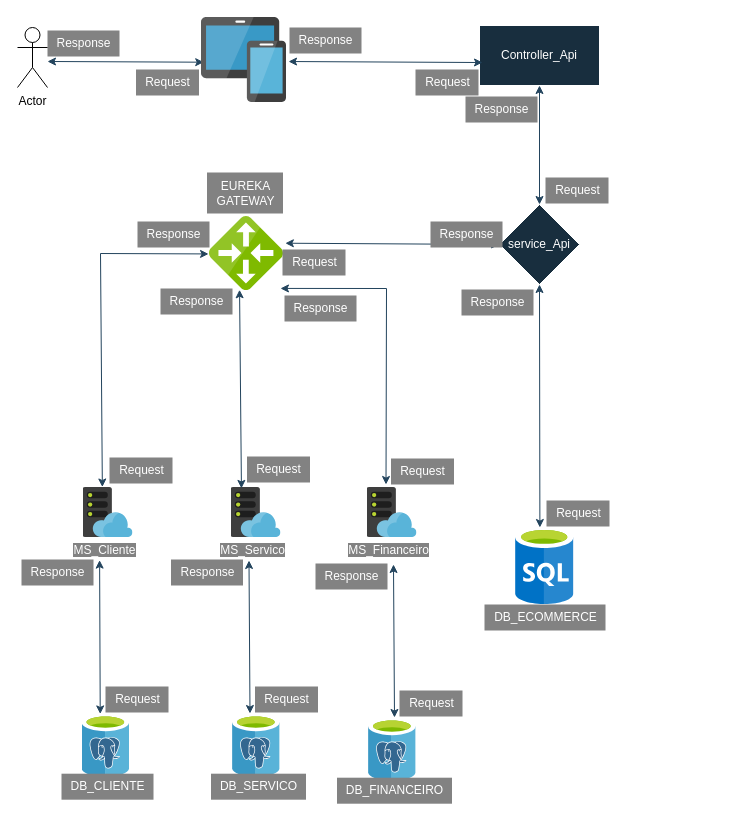
marcelquin/new-Backend-project-Services-FullStack keeps this draw.io diagram as page "Diagrama de Funcionamento de chamadas" (2 of 5) of Doc/Diagrama de Funcionamento.drawio. Above is the earlier version. Source tidied: cells renumbered, new cells numbered last; positions are measured from the earlier drawing's top-left corner, leaving out a move shared by most shapes. Both pictures are drawn from the tidied source at 100%, with x=0, y=0 at pixel (17, 17).
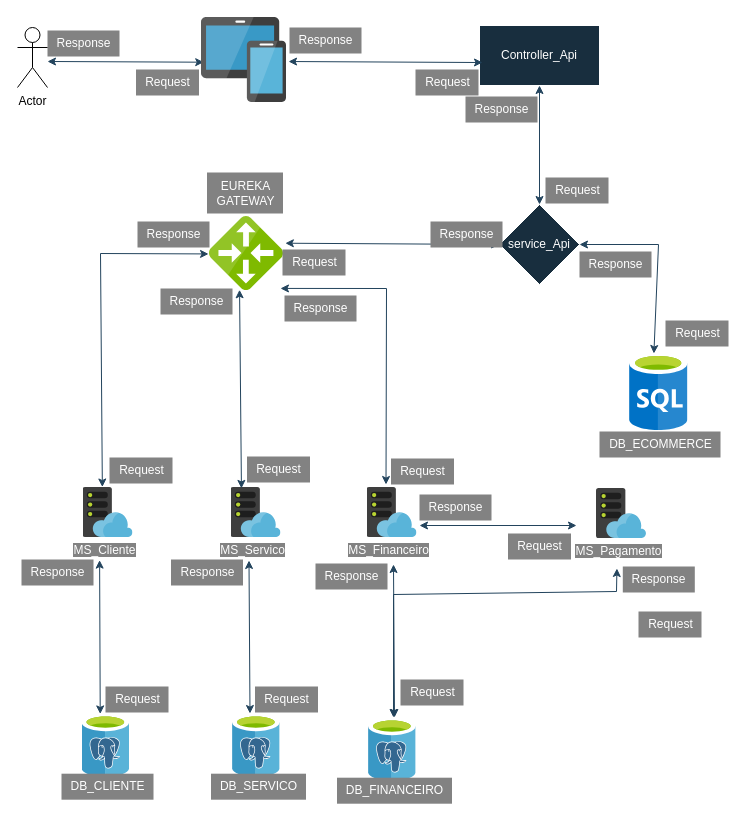
The same diagram, later.

The change refers to these unchanged cells:
```xml
<mxCell id="3" value="service_Api" style="rhombus;whiteSpace=wrap;html=1;strokeColor=#FFFFFF;fontColor=#FFFFFF;fillColor=#182E3E;" parent="1" vertex="1">
  <mxGeometry x="482" y="187" width="80" height="80" as="geometry" />
</mxCell>
<mxCell id="55" style="image;sketch=0;html=1;points=[];align=center;fontSize=12;image=img/lib/mscae/Azure_Database_for_PostgreSQL_servers.svg;strokeColor=#FFFFFF;fontColor=#FFFFFF;fillColor=#182E3E;" parent="1" vertex="1">
  <mxGeometry x="351" y="701" width="47.7" height="62.8" as="geometry" />
</mxCell>
```

What changed in the source:
```diff
@@
     <mxCell id="13" style="image;sketch=0;html=1;points=[];align=center;fontSize=12;image=img/lib/mscae/SQL_Database_generic.svg;strokeColor=#FFFFFF;fontColor=#FFFFFF;fillColor=#182E3E;" parent="1" vertex="1">
-      <mxGeometry x="498" y="510" width="58.5" height="77" as="geometry" />
+      <mxGeometry x="612" y="336" width="58.5" height="77" as="geometry" />
     </mxCell>
@@
     <mxCell id="29" value="DB_ECOMMERCE" style="text;html=1;align=center;verticalAlign=middle;strokeColor=none;fillColor=#828282;fontColor=#FFFFFF;" parent="1" vertex="1">
-      <mxGeometry x="467" y="587" width="121" height="26" as="geometry" />
+      <mxGeometry x="582" y="414" width="121" height="26" as="geometry" />
     </mxCell>
@@
-    <mxCell id="39" style="endArrow=classic;startArrow=classic;html=1;rounded=0;strokeColor=#23445D;entryX=0.5;entryY=1;entryDx=0;entryDy=0;exitX=0.417;exitY=0;exitDx=0;exitDy=0;exitPerimeter=0;" parent="1" edge="1" source="13" target="3">
-      <mxGeometry relative="1" as="geometry" />
+    <mxCell id="39" style="endArrow=classic;startArrow=classic;html=1;rounded=0;strokeColor=#23445D;entryX=1;entryY=0.5;entryDx=0;entryDy=0;exitX=0.417;exitY=0;exitDx=0;exitDy=0;exitPerimeter=0;" parent="1" edge="1" source="13" target="3">
+      <mxGeometry relative="1" as="geometry">
+        <Array as="points">
+          <mxPoint x="641" y="227" />
+        </Array>
+      </mxGeometry>
     </mxCell>
     <mxCell id="40" value="Request" style="text;html=1;align=center;verticalAlign=middle;strokeColor=none;fillColor=#828282;fontColor=#FFFFFF;" parent="1" vertex="1">
-      <mxGeometry x="529" y="483" width="63" height="26" as="geometry" />
+      <mxGeometry x="648" y="303" width="63" height="26" as="geometry" />
     </mxCell>
     <mxCell id="41" value="Response" style="text;html=1;align=center;verticalAlign=middle;strokeColor=none;fillColor=#828282;fontColor=#FFFFFF;" parent="1" vertex="1">
-      <mxGeometry x="444" y="272" width="72" height="26" as="geometry" />
+      <mxGeometry x="562" y="234" width="72" height="26" as="geometry" />
     </mxCell>
@@
     <mxCell id="51" value="Request" style="text;html=1;align=center;verticalAlign=middle;strokeColor=none;fillColor=#828282;fontColor=#FFFFFF;" parent="1" vertex="1">
-      <mxGeometry x="382" y="673" width="63" height="26" as="geometry" />
+      <mxGeometry x="621" y="594" width="63" height="26" as="geometry" />
     </mxCell>
@@
+    <mxCell id="59" style="endArrow=classic;startArrow=classic;html=1;rounded=0;strokeColor=#23445D;entryX=0.485;entryY=1.154;entryDx=0;entryDy=0;entryPerimeter=0;exitX=0.524;exitY=-0.016;exitDx=0;exitDy=0;exitPerimeter=0;" parent="1" edge="1" source="55" target="66">
+      <mxGeometry relative="1" as="geometry">
+        <Array as="points">
+          <mxPoint x="376" y="577" />
+          <mxPoint x="599" y="574" />
+        </Array>
+      </mxGeometry>
+    </mxCell>
+    <mxCell id="60" value="Request" style="text;html=1;align=center;verticalAlign=middle;strokeColor=none;fillColor=#828282;fontColor=#FFFFFF;" parent="1" vertex="1">
+      <mxGeometry x="383" y="662" width="63" height="26" as="geometry" />
+    </mxCell>
+    <mxCell id="61" value="Response" style="text;html=1;align=center;verticalAlign=middle;strokeColor=none;fillColor=#828282;fontColor=#FFFFFF;" parent="1" vertex="1">
+      <mxGeometry x="605.3" y="549" width="72" height="26" as="geometry" />
+    </mxCell>
+    <mxCell id="62" style="endArrow=classic;startArrow=classic;html=1;rounded=0;strokeColor=#23445D;entryX=1;entryY=0.75;entryDx=0;entryDy=0;" parent="1" edge="1">
+      <mxGeometry relative="1" as="geometry">
+        <mxPoint x="559" y="508" as="sourcePoint" />
+        <mxPoint x="402" y="508" as="targetPoint" />
+      </mxGeometry>
+    </mxCell>
+    <mxCell id="63" value="Request" style="text;html=1;align=center;verticalAlign=middle;strokeColor=none;fillColor=#828282;fontColor=#FFFFFF;" parent="1" vertex="1">
+      <mxGeometry x="490.5" y="516" width="63" height="26" as="geometry" />
+    </mxCell>
+    <mxCell id="64" value="Response" style="text;html=1;align=center;verticalAlign=middle;strokeColor=none;fillColor=#828282;fontColor=#FFFFFF;" parent="1" vertex="1">
+      <mxGeometry x="402" y="477" width="72" height="26" as="geometry" />
+    </mxCell>
+    <mxCell id="65" style="image;sketch=0;html=1;align=center;fontSize=12;image=img/lib/mscae/WebHosting.svg;strokeColor=#FFFFFF;fontColor=#FFFFFF;fillColor=#182E3E;" parent="1" vertex="1">
+      <mxGeometry x="579" y="471" width="50" height="50" as="geometry" />
+    </mxCell>
+    <mxCell id="66" value="&lt;font style=&quot;background-color: rgb(130, 130, 130);&quot;&gt;MS_Pagamento&lt;/font&gt;" style="text;html=1;align=center;verticalAlign=middle;points=[];strokeColor=none;fillColor=none;fontColor=#FFFFFF;" parent="1" vertex="1">
+      <mxGeometry x="549" y="521" width="104" height="26" as="geometry" />
+    </mxCell>
```
